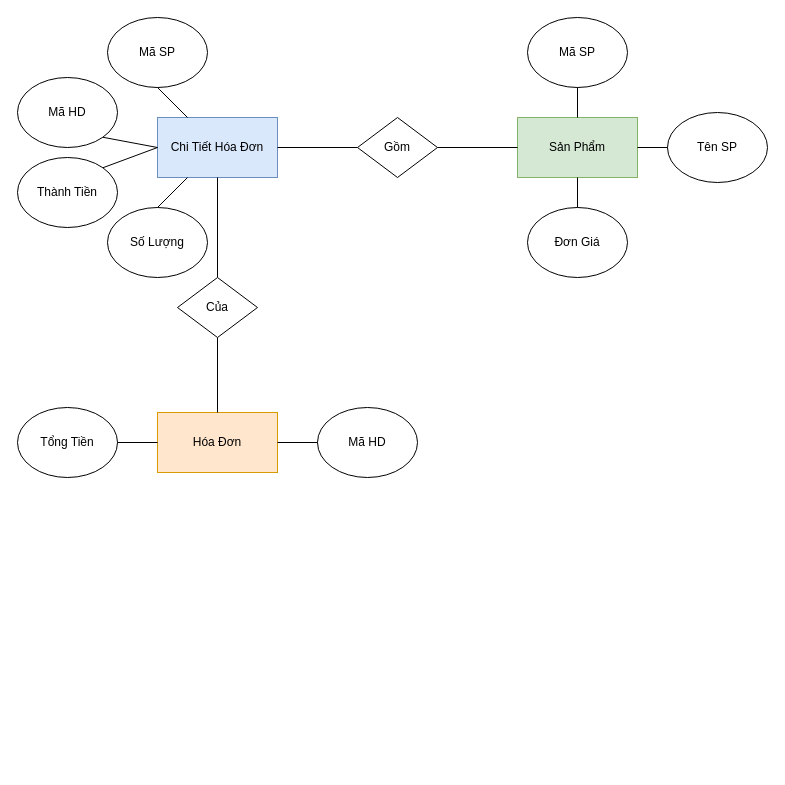
cuongtran-0900/GS1 keeps this draw.io diagram as CjPhuong.drawio. Above is the earlier version. Source tidied: cells renumbered, new cells numbered last; positions are measured from the earlier drawing's top-left corner, leaving out a move shared by most shapes. Both pictures are drawn from the tidied source at 100%, with x=0, y=0 at pixel (17, 17).
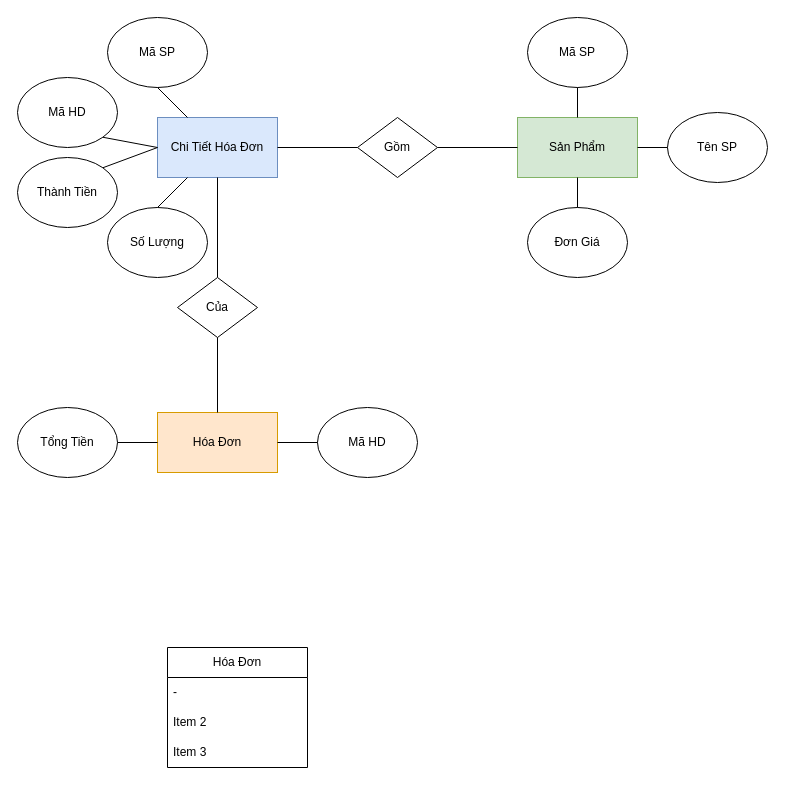
The same diagram, later.

Change to the diagram source:
```diff
@@
+    <mxCell id="29" value="Hóa Đơn" style="swimlane;fontStyle=0;horizontal=1;startSize=30;whiteSpace=wrap;html=1;" parent="1" vertex="1">
+      <mxGeometry x="150" y="630" width="140" height="120" as="geometry" />
+    </mxCell>
+    <mxCell id="30" value="-" style="text;strokeColor=none;fillColor=none;align=left;verticalAlign=middle;spacingLeft=4;spacingRight=4;overflow=hidden;whiteSpace=wrap;html=1;" parent="29" vertex="1">
+      <mxGeometry y="30" width="140" height="30" as="geometry" />
+    </mxCell>
+    <mxCell id="31" value="Item 2" style="text;strokeColor=none;fillColor=none;align=left;verticalAlign=middle;spacingLeft=4;spacingRight=4;overflow=hidden;whiteSpace=wrap;html=1;" parent="29" vertex="1">
+      <mxGeometry y="60" width="140" height="30" as="geometry" />
+    </mxCell>
+    <mxCell id="32" value="Item 3" style="text;strokeColor=none;fillColor=none;align=left;verticalAlign=middle;spacingLeft=4;spacingRight=4;overflow=hidden;whiteSpace=wrap;html=1;" parent="29" vertex="1">
+      <mxGeometry y="90" width="140" height="30" as="geometry" />
+    </mxCell>
```
